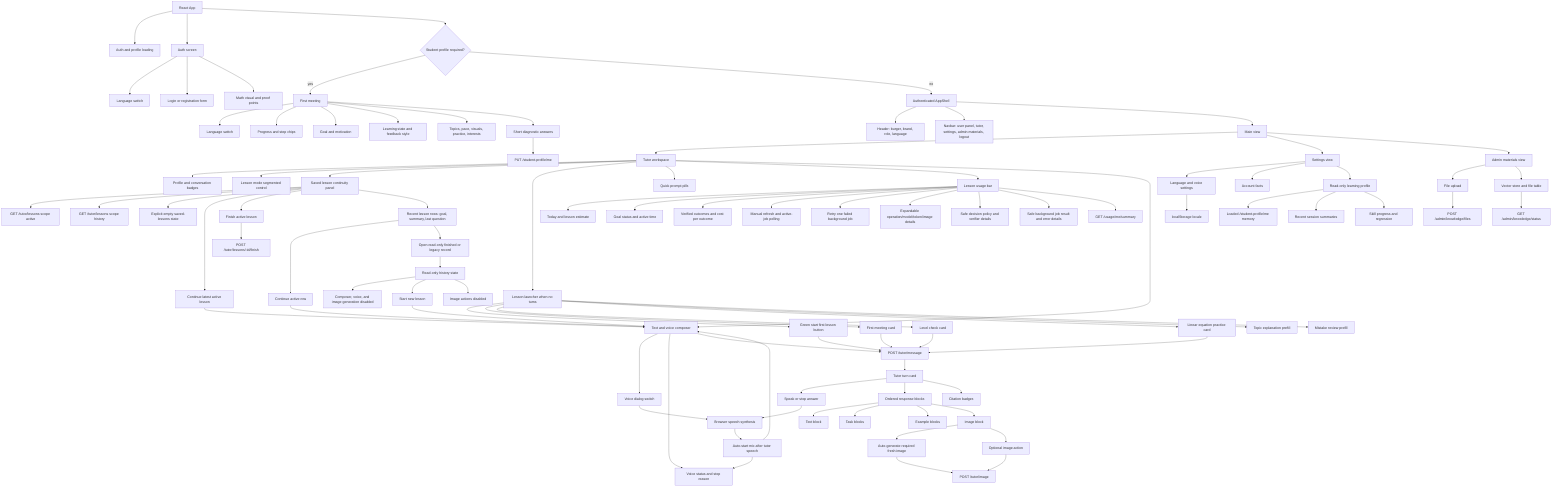
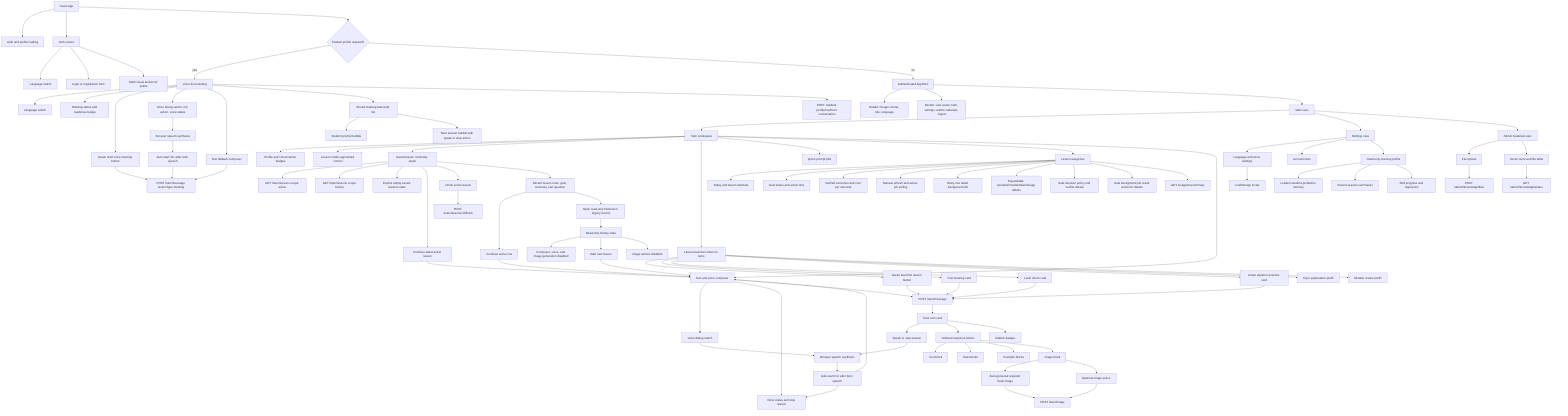
flowchart TB
  App[React App] --> Loading[Auth and profile loading]
  App --> Auth[Auth screen]
  Auth --> AuthLang[Language switch]
  Auth --> AuthForm[Login or registration form]
  Auth --> AuthVisual[Math visual and proof points]

  App --> FirstMeeting{Student profile required?}
-   FirstMeeting -->|yes| Meeting[First meeting]
+   FirstMeeting -->|yes| Meeting[Voice-first meeting]
  Meeting --> MeetingLang[Language switch]
-   Meeting --> MeetingProgress[Progress and step chips]
-   Meeting --> Goal[Goal and motivation]
-   Meeting --> Learning[Learning state and feedback style]
-   Meeting --> Preferences[Topics, pace, visuals, practice, interests]
-   Meeting --> Diagnostics[Short diagnostic answers]
-   Diagnostics --> ProfileApi[PUT /student-profile/me]
+   Meeting --> MeetingStatus[Meeting status and readiness badge]
+   Meeting --> VoiceStart[Green start voice meeting button]
+   Meeting --> MeetingVoice[Voice dialog switch, mic action, voice status]
+   MeetingVoice --> MeetingSpeech[Browser speech synthesis]
+   MeetingSpeech --> MeetingAutoMic[Auto-start mic after tutor speech]
+   Meeting --> TextFallback[Text fallback composer]
+   Meeting --> MeetingTranscript[Stored meeting transcript list]
+   MeetingTranscript --> StudentBubble[Student prompt bubble]
+   MeetingTranscript --> TutorBubble[Tutor answer bubble with speak or stop action]
+   VoiceStart --> MeetingTutorApi[POST /tutor/message lessonType meeting]
+   TextFallback --> MeetingTutorApi
+   MeetingAutoMic --> MeetingTutorApi
+   Meeting --> ProfileApi[POST /student-profile/me/from-conversation]

  FirstMeeting -->|no| Shell[Authenticated AppShell]
  Shell --> Header[Header: burger, brand, role, language]
  Shell --> Navbar[Navbar: user panel, tutor, settings, admin materials, logout]
  Shell --> Main[Main view]

  Main --> Tutor[Tutor workspace]
  Tutor --> TutorStatus[Profile and conversation badges]
  Tutor --> LessonMode[Lesson mode segmented control]
  Tutor --> LessonHistory[Saved lesson continuity panel]
  LessonHistory --> ActiveHistoryApi[GET /tutor/lessons scope active]
  LessonHistory --> ArchivedHistoryApi[GET /tutor/lessons scope history]
  LessonHistory --> EmptyHistory[Explicit empty saved-lessons state]
  LessonHistory --> ResumeLatest[Continue latest active lesson]
  LessonHistory --> FinishLesson[Finish active lesson]
  FinishLesson --> FinishApi[POST /tutor/lessons/:id/finish]
  LessonHistory --> HistoryRows[Recent lesson rows: goal, summary, last question]
  HistoryRows --> ContinueActive[Continue active row]
  HistoryRows --> OpenRecord[Open read-only finished or legacy record]
  ResumeLatest --> Composer
  ContinueActive --> Composer
  OpenRecord --> ReadOnlyState[Read-only history state]
  ReadOnlyState --> DisabledComposer[Composer, voice, and image generation disabled]
  ReadOnlyState --> NewLessonFromHistory[Start new lesson]
  NewLessonFromHistory --> Composer
  Tutor --> LessonLauncher[Lesson launcher when no turns]
  LessonLauncher --> StartFirst[Green start first lesson button]
  LessonLauncher --> MeetingCard[First meeting card]
  LessonLauncher --> DiagnosticCard[Level check card]
  LessonLauncher --> PracticeCard[Linear equation practice card]
  LessonLauncher --> TopicCard[Topic explanation prefill]
  LessonLauncher --> MistakeCard[Mistake review prefill]
  StartFirst --> TutorApi[POST /tutor/message]
  MeetingCard --> TutorApi
  DiagnosticCard --> TutorApi
  PracticeCard --> TutorApi
  Tutor --> QuickPrompts[Quick prompt pills]
  Tutor --> UsageBar[Lesson usage bar]
  UsageBar --> UsageSummary[Today and lesson estimate]
  UsageBar --> GoalStatus[Goal status and active time]
  UsageBar --> VerifiedOutcome[Verified outcomes and cost per outcome]
  UsageBar --> UsageRefresh[Manual refresh and active-job polling]
  UsageBar --> BackgroundRetry[Retry one failed background job]
  UsageBar --> UsageDetails[Expandable operation/model/token/image details]
  UsageBar --> DecisionDetails[Safe decision policy and verifier details]
  UsageBar --> BackgroundJobDetails[Safe background job result and error details]
  UsageBar --> UsageApi[GET /usage/me/summary]
  Tutor --> Composer[Text and voice composer]
  Composer --> VoiceOutput[Voice dialog switch]
  Composer --> VoiceStatus[Voice status and stop reason]
  VoiceOutput --> SpeechSynthesis[Browser speech synthesis]
  SpeechSynthesis --> AutoMic[Auto-start mic after tutor speech]
  AutoMic --> VoiceStatus
  AutoMic --> Composer
  Composer --> TutorApi[POST /tutor/message]
  TutorApi --> TurnCard[Tutor turn card]
  TurnCard --> SpeakAction[Speak or stop answer]
  SpeakAction --> SpeechSynthesis
  TurnCard --> Blocks[Ordered response blocks]
  Blocks --> Explanation[Text block]
  Blocks --> Tasks[Task blocks]
  Blocks --> Examples[Example blocks]
  Blocks --> ImageBlock[Image block]
  TurnCard --> Citations[Citation badges]
  ImageBlock --> AutoImage[Auto-generate required fresh image]
  ImageBlock --> ImageAction[Optional image action]
  ReadOnlyState --> ImageDisabled[Image actions disabled]
  AutoImage --> ImageApi
  ImageAction --> ImageApi[POST /tutor/image]

  Main --> Settings[Settings view]
  Settings --> Interface[Language and voice settings]
  Settings --> Account[Account facts]
  Settings --> Profile[Read-only learning profile]
  Interface --> LocaleStore[localStorage locale]
  Profile --> ProfileMemory[Loaded /student-profile/me memory]
  Profile --> SessionMemory[Recent session summaries]
  Profile --> SkillMemory[Skill progress and regression]

  Main --> Knowledge[Admin materials view]
  Knowledge --> Upload[File upload]
  Knowledge --> Status[Vector store and file table]
  Upload --> KnowledgeApi[POST /admin/knowledge/files]
  Status --> StatusApi[GET /admin/knowledge/status]
